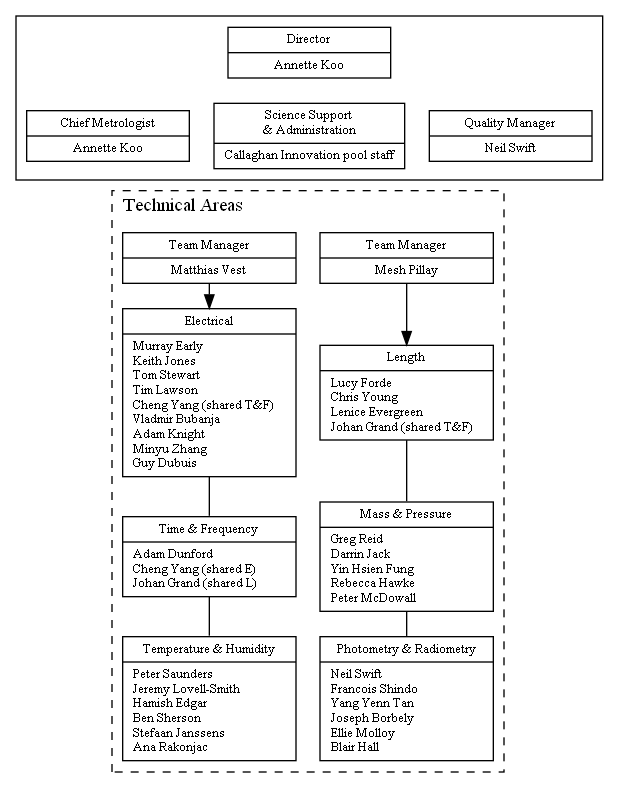
Before: quality_manual_document/pictures/MSL_org_full.png, a diagram exported from Graphviz (MSLNZ/Quality-Manual). Its source is kept beside it as quality_manual_document/pictures/MSL_org_full.gv.
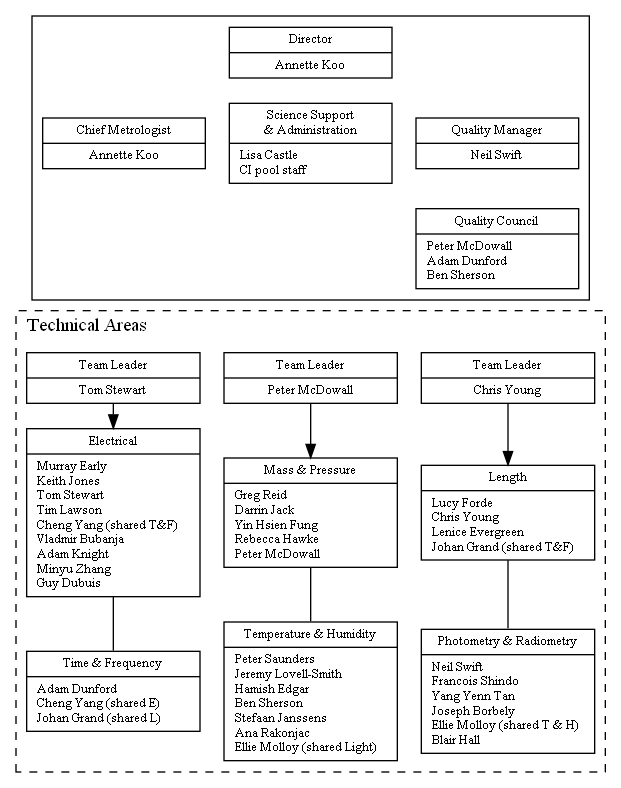
Above is the later version.

What changed in the source:
```diff
@@ -26,21 +26,48 @@
         D [label="{Director |Annette Koo}"];
         B2 [style=invis];
 
-        {rank=same; B2, D, B1 ; }
+        {rank=same; B1, D, B2 ; }
 
-        QM [label="{Quality Manager|Neil Swift}" ];
-        SSC[label="{Science Support\n& Administration|Callaghan Innovation pool staff}" ];
-        CM [label="{Chief Metrologist|Annette Koo}" ];
 
-        {rank=same; QM, SSC, CM; }
+		CM [label="{Chief Metrologist|Annette Koo}" ];
+
+        SSC[
+			label="{Science Support\n& Administration|"
+			+	"Lisa Castle\l"
+			+	"CI pool staff\l"
+			+	"}"
+		];
+
+		QM [label="{Quality Manager|Neil Swift}" ];
+
+
+        {rank=same; CM, SSC, QM; }
+
+		B3 [style=invis];
+		B4 [style=invis];
+        MQC [
+            label="{Quality Council |"
+            +   "Peter McDowall\l"
+            +   "Adam Dunford\l"
+            +   "Ben Sherson\l"
+            +   "}"
+        ];
+
+		{rank=same; B3, B4, MQC; }
 
 
 
 
+        B1 -> CM  [style=invis];
+        D -> SSC   [style=invis];
+        B2 -> QM [style=invis];
 
-        B2 -> CM  [style=invis];
-        D -> SSC   [style=invis];
-        B1 -> QM [style=invis];
+        CM -> B3  [style=invis];
+        SSC -> B4   [style=invis];
+		QM -> MQC [style=invis];
+
+
+
     }
 
     subgraph cluster_3 {
@@ -57,21 +84,28 @@
             width=1.8           /* inches */
         ];
 
-        TeamLengthMass[
-            label="{Team Manager|"
-            +   "Mesh Pillay\n"
+        TeamLengthLight[
+            label="{Team Leader|"
+            +   "Chris Young\n"
+            +   "}"
+        ];
+
+        TeamMassTemperature[
+            label="{Team Leader|"
+            +   "Peter McDowall\n"
             +   "}"
         ];
 
 
 
+
         TeamElectricalTime[
-            label="{Team Manager|"
-            +   "Matthias Vest\n"
+            label="{Team Leader|"
+            +   "Tom Stewart\n"
             +   "}"
         ];
 
-	{rank=same; TeamLengthMass, TeamElectricalTime; }
+	{rank=same; TeamMassTemperature, TeamElectricalTime, TeamLengthLight; }
         S_length [label = "{ Length| "
         +   "Lucy Forde\l"
         +   "Chris Young\l"
@@ -107,7 +141,7 @@
         +	"Francois Shindo\l"
         +	"Yang Yenn Tan\l"
         +	"Joseph Borbely\l"
-        +       "Ellie Molloy\l"
+        +   "Ellie Molloy (shared T & H)\l"
 	+	"Blair Hall\l"
         +   "}"
         ];
@@ -120,6 +154,7 @@
         +	"Ben Sherson\l"
         +   "Stefaan Janssens\l"
         +   "Ana Rakonjac\l"
+		+   "Ellie Molloy (shared Light)\l"
         +   "}"
         ];
 
@@ -135,12 +170,19 @@
 
 
     }
-    CM -> TeamElectricalTime [style=invis];
-    QM -> TeamLengthMass  [style=invis];
-    TeamElectricalTime -> S_electrical ;
-    S_electrical -> S_time_frequency [arrowsize=0] ;
-	S_time_frequency -> S_temperature_humidity [arrowsize=0];
-      TeamLengthMass -> S_length ;
-    S_length  ->  S_mass_pressure [arrowsize=0] ;
-    S_mass_pressure  ->  S_photometry_radiometry [arrowsize=0];
+    B3 -> TeamElectricalTime [style=invis];
+    B4 -> TeamMassTemperature [style=invis];
+    MQC -> TeamLengthLight  [style=invis];
+
+	TeamElectricalTime -> S_electrical ;
+	S_electrical -> S_time_frequency [arrowsize=0] ;
+
+	TeamMassTemperature -> S_mass_pressure ;
+	S_mass_pressure  ->  S_temperature_humidity[arrowsize=0] ;
+
+
+	TeamLengthLight -> S_length;
+	S_length  ->  S_photometry_radiometry [arrowsize=0] ;
+
+
 }
```
